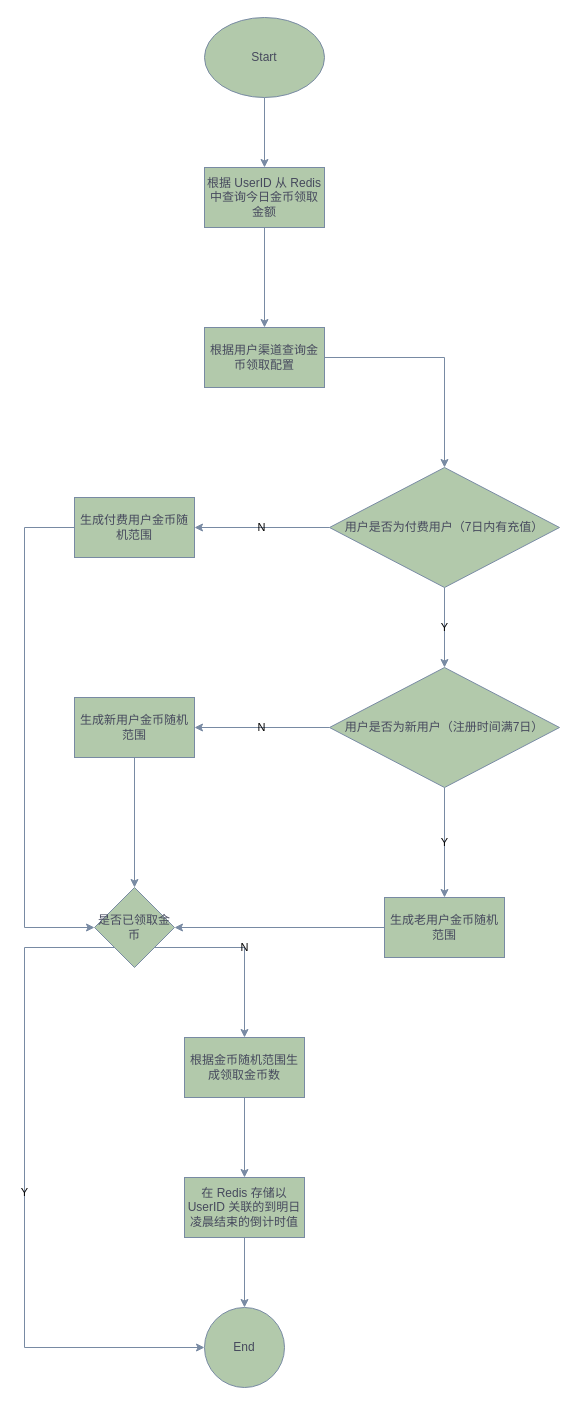
Earlier version of the draw.io diagram daily_free_award.drawio (kidozhaoz/drawio-libs). Source tidied: cells renumbered, new cells numbered last; positions are measured from the earlier drawing's top-left corner, leaving out a move shared by most shapes. Both pictures are drawn from the tidied source at 100%, with x=0, y=0 at pixel (24, 17).
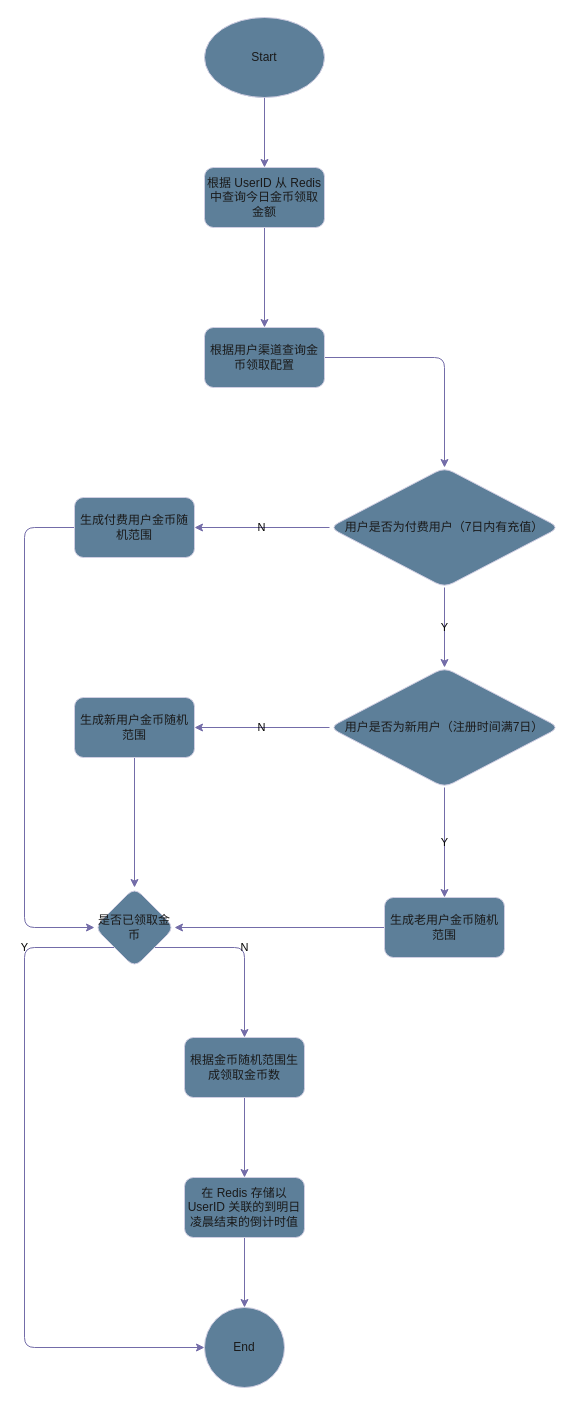
Above is the later version.

Change to the diagram source:
```diff
@@
-    <mxCell id="2" style="edgeStyle=orthogonalEdgeStyle;rounded=0;jettySize=auto;html=1;labelBackgroundColor=none;strokeColor=#788AA3;fontColor=default;" parent="1" edge="1" source="3" target="5">
+    <mxCell id="2" style="edgeStyle=orthogonalEdgeStyle;rounded=1;jettySize=auto;html=1;labelBackgroundColor=none;fontColor=default;strokeColor=#736CA8;" parent="1" edge="1" source="3" target="5">
       <mxGeometry relative="1" as="geometry" />
     </mxCell>
-    <mxCell id="3" value="Start" style="ellipse;whiteSpace=wrap;html=1;labelBackgroundColor=none;fillColor=#B2C9AB;strokeColor=#788AA3;fontColor=#46495D;" parent="1" vertex="1">
+    <mxCell id="3" value="Start" style="ellipse;whiteSpace=wrap;html=1;labelBackgroundColor=none;rounded=1;fillColor=#5D7F99;strokeColor=#D0CEE2;fontColor=#1A1A1A;" parent="1" vertex="1">
       <mxGeometry x="180" width="120" height="80" as="geometry" />
     </mxCell>
-    <mxCell id="4" style="edgeStyle=orthogonalEdgeStyle;rounded=0;jettySize=auto;html=1;labelBackgroundColor=none;strokeColor=#788AA3;fontColor=default;" parent="1" edge="1" source="5" target="7">
+    <mxCell id="4" style="edgeStyle=orthogonalEdgeStyle;rounded=1;jettySize=auto;html=1;labelBackgroundColor=none;fontColor=default;strokeColor=#736CA8;" parent="1" edge="1" source="5" target="7">
       <mxGeometry relative="1" as="geometry" />
     </mxCell>
-    <mxCell id="5" value="根据 UserID 从 Redis中查询今日金币领取金额" style="whiteSpace=wrap;html=1;labelBackgroundColor=none;fillColor=#B2C9AB;strokeColor=#788AA3;fontColor=#46495D;" parent="1" vertex="1">
+    <mxCell id="5" value="根据 UserID 从 Redis中查询今日金币领取金额" style="whiteSpace=wrap;html=1;labelBackgroundColor=none;rounded=1;fillColor=#5D7F99;strokeColor=#D0CEE2;fontColor=#1A1A1A;" parent="1" vertex="1">
       <mxGeometry x="180" y="150" width="120" height="60" as="geometry" />
     </mxCell>
-    <mxCell id="6" style="edgeStyle=orthogonalEdgeStyle;rounded=0;jettySize=auto;html=1;labelBackgroundColor=none;strokeColor=#788AA3;fontColor=default;" parent="1" edge="1" source="7" target="10">
+    <mxCell id="6" style="edgeStyle=orthogonalEdgeStyle;rounded=1;jettySize=auto;html=1;labelBackgroundColor=none;fontColor=default;strokeColor=#736CA8;" parent="1" edge="1" source="7" target="10">
       <mxGeometry relative="1" as="geometry" />
     </mxCell>
-    <mxCell id="7" value="根据用户渠道查询金币领取配置" style="whiteSpace=wrap;html=1;labelBackgroundColor=none;fillColor=#B2C9AB;strokeColor=#788AA3;fontColor=#46495D;" parent="1" vertex="1">
+    <mxCell id="7" value="根据用户渠道查询金币领取配置" style="whiteSpace=wrap;html=1;labelBackgroundColor=none;rounded=1;fillColor=#5D7F99;strokeColor=#D0CEE2;fontColor=#1A1A1A;" parent="1" vertex="1">
       <mxGeometry x="180" y="310" width="120" height="60" as="geometry" />
     </mxCell>
-    <mxCell id="8" value="Y" style="edgeStyle=orthogonalEdgeStyle;rounded=0;jettySize=auto;html=1;labelBackgroundColor=none;strokeColor=#788AA3;fontColor=default;" parent="1" edge="1" source="10" target="13">
+    <mxCell id="8" value="Y" style="edgeStyle=orthogonalEdgeStyle;rounded=1;jettySize=auto;html=1;labelBackgroundColor=none;fontColor=default;strokeColor=#736CA8;" parent="1" edge="1" source="10" target="13">
       <mxGeometry relative="1" as="geometry" />
     </mxCell>
-    <mxCell id="9" value="N" style="edgeStyle=orthogonalEdgeStyle;rounded=0;jettySize=auto;html=1;labelBackgroundColor=none;strokeColor=#788AA3;fontColor=default;" parent="1" edge="1" source="10" target="15">
+    <mxCell id="9" value="N" style="edgeStyle=orthogonalEdgeStyle;rounded=1;jettySize=auto;html=1;labelBackgroundColor=none;fontColor=default;strokeColor=#736CA8;" parent="1" edge="1" source="10" target="15">
       <mxGeometry relative="1" as="geometry" />
     </mxCell>
-    <mxCell id="10" value="用户是否为付费用户（7日内有充值）" style="rhombus;whiteSpace=wrap;html=1;labelBackgroundColor=none;fillColor=#B2C9AB;strokeColor=#788AA3;fontColor=#46495D;" parent="1" vertex="1">
+    <mxCell id="10" value="用户是否为付费用户（7日内有充值）" style="rhombus;whiteSpace=wrap;html=1;labelBackgroundColor=none;rounded=1;fillColor=#5D7F99;strokeColor=#D0CEE2;fontColor=#1A1A1A;" parent="1" vertex="1">
       <mxGeometry x="305" y="450" width="230" height="120" as="geometry" />
     </mxCell>
-    <mxCell id="11" value="N" style="edgeStyle=orthogonalEdgeStyle;rounded=0;jettySize=auto;html=1;labelBackgroundColor=none;strokeColor=#788AA3;fontColor=default;" parent="1" edge="1" source="13" target="17">
+    <mxCell id="11" value="N" style="edgeStyle=orthogonalEdgeStyle;rounded=1;jettySize=auto;html=1;labelBackgroundColor=none;fontColor=default;strokeColor=#736CA8;" parent="1" edge="1" source="13" target="17">
       <mxGeometry relative="1" as="geometry" />
     </mxCell>
-    <mxCell id="12" value="Y" style="edgeStyle=orthogonalEdgeStyle;rounded=0;jettySize=auto;html=1;labelBackgroundColor=none;strokeColor=#788AA3;fontColor=default;" parent="1" edge="1" source="13" target="19">
+    <mxCell id="12" value="Y" style="edgeStyle=orthogonalEdgeStyle;rounded=1;jettySize=auto;html=1;labelBackgroundColor=none;fontColor=default;strokeColor=#736CA8;" parent="1" edge="1" source="13" target="19">
       <mxGeometry relative="1" as="geometry" />
     </mxCell>
-    <mxCell id="13" value="用户是否为新用户（注册时间满7日）" style="rhombus;whiteSpace=wrap;html=1;labelBackgroundColor=none;fillColor=#B2C9AB;strokeColor=#788AA3;fontColor=#46495D;" parent="1" vertex="1">
+    <mxCell id="13" value="用户是否为新用户（注册时间满7日）" style="rhombus;whiteSpace=wrap;html=1;labelBackgroundColor=none;rounded=1;fillColor=#5D7F99;strokeColor=#D0CEE2;fontColor=#1A1A1A;" parent="1" vertex="1">
       <mxGeometry x="305" y="650" width="230" height="120" as="geometry" />
     </mxCell>
-    <mxCell id="14" style="edgeStyle=orthogonalEdgeStyle;rounded=0;jettySize=auto;html=1;entryX=0;entryY=0.5;entryDx=0;entryDy=0;labelBackgroundColor=none;strokeColor=#788AA3;fontColor=default;" parent="1" edge="1" source="15" target="22">
+    <mxCell id="14" style="edgeStyle=orthogonalEdgeStyle;rounded=1;jettySize=auto;html=1;entryX=0;entryY=0.5;entryDx=0;entryDy=0;labelBackgroundColor=none;fontColor=default;strokeColor=#736CA8;" parent="1" edge="1" source="15" target="22">
       <mxGeometry relative="1" as="geometry">
         <Array as="points">
           <mxPoint y="510" />
           <mxPoint y="910" />
         </Array>
       </mxGeometry>
     </mxCell>
-    <mxCell id="15" value="生成付费用户金币随机范围" style="whiteSpace=wrap;html=1;labelBackgroundColor=none;fillColor=#B2C9AB;strokeColor=#788AA3;fontColor=#46495D;" parent="1" vertex="1">
+    <mxCell id="15" value="生成付费用户金币随机范围" style="whiteSpace=wrap;html=1;labelBackgroundColor=none;rounded=1;fillColor=#5D7F99;strokeColor=#D0CEE2;fontColor=#1A1A1A;" parent="1" vertex="1">
       <mxGeometry x="50" y="480" width="120" height="60" as="geometry" />
     </mxCell>
-    <mxCell id="16" style="edgeStyle=orthogonalEdgeStyle;rounded=0;jettySize=auto;html=1;entryX=0.5;entryY=0;entryDx=0;entryDy=0;labelBackgroundColor=none;strokeColor=#788AA3;fontColor=default;" parent="1" edge="1" source="17" target="22">
+    <mxCell id="16" style="edgeStyle=orthogonalEdgeStyle;rounded=1;jettySize=auto;html=1;entryX=0.5;entryY=0;entryDx=0;entryDy=0;labelBackgroundColor=none;fontColor=default;strokeColor=#736CA8;" parent="1" edge="1" source="17" target="22">
       <mxGeometry relative="1" as="geometry" />
     </mxCell>
-    <mxCell id="17" value="生成新用户金币随机范围" style="whiteSpace=wrap;html=1;labelBackgroundColor=none;fillColor=#B2C9AB;strokeColor=#788AA3;fontColor=#46495D;" parent="1" vertex="1">
+    <mxCell id="17" value="生成新用户金币随机范围" style="whiteSpace=wrap;html=1;labelBackgroundColor=none;rounded=1;fillColor=#5D7F99;strokeColor=#D0CEE2;fontColor=#1A1A1A;" parent="1" vertex="1">
       <mxGeometry x="50" y="680" width="120" height="60" as="geometry" />
     </mxCell>
-    <mxCell id="18" style="edgeStyle=orthogonalEdgeStyle;rounded=0;jettySize=auto;html=1;labelBackgroundColor=none;strokeColor=#788AA3;fontColor=default;" parent="1" edge="1" source="19" target="22">
+    <mxCell id="18" style="edgeStyle=orthogonalEdgeStyle;rounded=1;jettySize=auto;html=1;labelBackgroundColor=none;fontColor=default;strokeColor=#736CA8;" parent="1" edge="1" source="19" target="22">
       <mxGeometry relative="1" as="geometry" />
     </mxCell>
-    <mxCell id="19" value="生成老用户金币随机范围" style="whiteSpace=wrap;html=1;labelBackgroundColor=none;fillColor=#B2C9AB;strokeColor=#788AA3;fontColor=#46495D;" parent="1" vertex="1">
+    <mxCell id="19" value="生成老用户金币随机范围" style="whiteSpace=wrap;html=1;labelBackgroundColor=none;rounded=1;fillColor=#5D7F99;strokeColor=#D0CEE2;fontColor=#1A1A1A;" parent="1" vertex="1">
       <mxGeometry x="360" y="880" width="120" height="60" as="geometry" />
     </mxCell>
-    <mxCell id="20" value="Y" style="edgeStyle=orthogonalEdgeStyle;rounded=0;jettySize=auto;html=1;exitX=0;exitY=1;exitDx=0;exitDy=0;entryX=0;entryY=0.5;entryDx=0;entryDy=0;labelBackgroundColor=none;strokeColor=#788AA3;fontColor=default;" parent="1" edge="1" source="22" target="27">
-      <mxGeometry relative="1" as="geometry">
+    <mxCell id="20" value="Y" style="edgeStyle=orthogonalEdgeStyle;rounded=1;jettySize=auto;html=1;exitX=0;exitY=1;exitDx=0;exitDy=0;entryX=0;entryY=0.5;entryDx=0;entryDy=0;labelBackgroundColor=none;fontColor=default;strokeColor=#736CA8;" parent="1" edge="1" source="22" target="27">
+      <mxGeometry x="-0.73" relative="1" as="geometry">
         <Array as="points">
           <mxPoint y="930" />
           <mxPoint y="1330" />
         </Array>
       </mxGeometry>
     </mxCell>
-    <mxCell id="21" value="N" style="edgeStyle=orthogonalEdgeStyle;rounded=0;jettySize=auto;html=1;exitX=1;exitY=1;exitDx=0;exitDy=0;entryX=0.5;entryY=0;entryDx=0;entryDy=0;labelBackgroundColor=none;strokeColor=#788AA3;fontColor=default;" parent="1" edge="1" source="22" target="24">
+    <mxCell id="21" value="N" style="edgeStyle=orthogonalEdgeStyle;rounded=1;jettySize=auto;html=1;exitX=1;exitY=1;exitDx=0;exitDy=0;entryX=0.5;entryY=0;entryDx=0;entryDy=0;labelBackgroundColor=none;fontColor=default;strokeColor=#736CA8;" parent="1" edge="1" source="22" target="24">
       <mxGeometry relative="1" as="geometry">
         <Array as="points">
           <mxPoint x="220" y="930" />
           <mxPoint x="220" y="1020" />
         </Array>
       </mxGeometry>
     </mxCell>
-    <mxCell id="22" value="是否已领取金币" style="rhombus;whiteSpace=wrap;html=1;labelBackgroundColor=none;fillColor=#B2C9AB;strokeColor=#788AA3;fontColor=#46495D;" parent="1" vertex="1">
+    <mxCell id="22" value="是否已领取金币" style="rhombus;whiteSpace=wrap;html=1;labelBackgroundColor=none;rounded=1;fillColor=#5D7F99;strokeColor=#D0CEE2;fontColor=#1A1A1A;" parent="1" vertex="1">
       <mxGeometry x="70" y="870" width="80" height="80" as="geometry" />
     </mxCell>
-    <mxCell id="23" style="edgeStyle=orthogonalEdgeStyle;rounded=0;jettySize=auto;html=1;labelBackgroundColor=none;strokeColor=#788AA3;fontColor=default;" parent="1" edge="1" source="24" target="26">
+    <mxCell id="23" style="edgeStyle=orthogonalEdgeStyle;rounded=1;jettySize=auto;html=1;labelBackgroundColor=none;fontColor=default;strokeColor=#736CA8;" parent="1" edge="1" source="24" target="26">
       <mxGeometry relative="1" as="geometry" />
     </mxCell>
-    <mxCell id="24" value="根据金币随机范围生成领取金币数" style="whiteSpace=wrap;html=1;labelBackgroundColor=none;fillColor=#B2C9AB;strokeColor=#788AA3;fontColor=#46495D;" parent="1" vertex="1">
+    <mxCell id="24" value="根据金币随机范围生成领取金币数" style="whiteSpace=wrap;html=1;labelBackgroundColor=none;rounded=1;fillColor=#5D7F99;strokeColor=#D0CEE2;fontColor=#1A1A1A;" parent="1" vertex="1">
       <mxGeometry x="160" y="1020" width="120" height="60" as="geometry" />
     </mxCell>
-    <mxCell id="25" style="edgeStyle=orthogonalEdgeStyle;rounded=0;jettySize=auto;html=1;labelBackgroundColor=none;strokeColor=#788AA3;fontColor=default;" parent="1" edge="1" source="26" target="27">
+    <mxCell id="25" style="edgeStyle=orthogonalEdgeStyle;rounded=1;jettySize=auto;html=1;labelBackgroundColor=none;fontColor=default;strokeColor=#736CA8;" parent="1" edge="1" source="26" target="27">
       <mxGeometry relative="1" as="geometry" />
     </mxCell>
-    <mxCell id="26" value="在 Redis 存储以 UserID 关联的到明日凌晨结束的倒计时值" style="whiteSpace=wrap;html=1;labelBackgroundColor=none;fillColor=#B2C9AB;strokeColor=#788AA3;fontColor=#46495D;" parent="1" vertex="1">
+    <mxCell id="26" value="在 Redis 存储以 UserID 关联的到明日凌晨结束的倒计时值" style="whiteSpace=wrap;html=1;labelBackgroundColor=none;rounded=1;fillColor=#5D7F99;strokeColor=#D0CEE2;fontColor=#1A1A1A;" parent="1" vertex="1">
       <mxGeometry x="160" y="1160" width="120" height="60" as="geometry" />
     </mxCell>
-    <mxCell id="27" value="End" style="ellipse;whiteSpace=wrap;html=1;labelBackgroundColor=none;fillColor=#B2C9AB;strokeColor=#788AA3;fontColor=#46495D;" parent="1" vertex="1">
+    <mxCell id="27" value="End" style="ellipse;whiteSpace=wrap;html=1;labelBackgroundColor=none;rounded=1;fillColor=#5D7F99;strokeColor=#D0CEE2;fontColor=#1A1A1A;" parent="1" vertex="1">
       <mxGeometry x="180" y="1290" width="80" height="80" as="geometry" />
     </mxCell>
```
